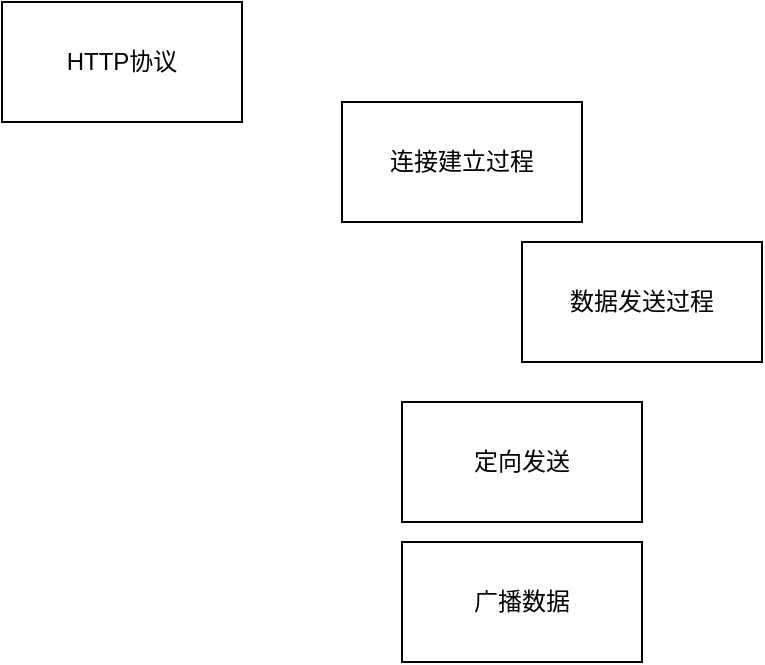
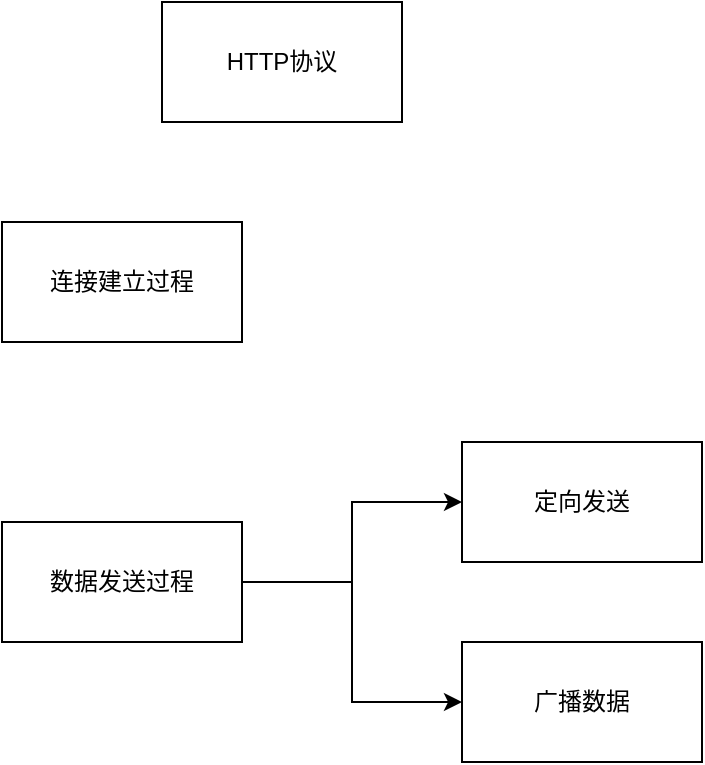
<mxfile host="app.diagrams.net">
  <diagram name="第 1 页" id="Z0nCY8WnPLLID1KhRkW9">
    <mxGraphModel dx="846" dy="558" grid="1" gridSize="10" guides="1" tooltips="1" connect="1" arrows="1" fold="1" page="1" pageScale="1" pageWidth="827" pageHeight="1169" math="0" shadow="0">
      <root>
        <mxCell id="0" />
        <mxCell id="1" parent="0" />
        <mxCell id="YDfg_1_I26u9zGGTVFdC-1" parent="1" style="rounded=0;whiteSpace=wrap;html=1;" value="HTTP协议" vertex="1">
          <mxGeometry height="60" width="120" x="200" y="130" as="geometry" />
        </mxCell>
        <mxCell id="YDfg_1_I26u9zGGTVFdC-2" parent="1" style="rounded=0;whiteSpace=wrap;html=1;" value="连接建立过程" vertex="1">
-           <mxGeometry height="60" width="120" x="370" y="180" as="geometry" />
+           <mxGeometry height="60" width="120" x="120" y="240" as="geometry" />
+         </mxCell>
+         <mxCell id="YDfg_1_I26u9zGGTVFdC-6" edge="1" parent="1" source="YDfg_1_I26u9zGGTVFdC-3" style="edgeStyle=orthogonalEdgeStyle;rounded=0;orthogonalLoop=1;jettySize=auto;html=1;exitX=1;exitY=0.5;exitDx=0;exitDy=0;" target="YDfg_1_I26u9zGGTVFdC-4">
+           <mxGeometry relative="1" as="geometry" />
+         </mxCell>
+         <mxCell id="YDfg_1_I26u9zGGTVFdC-7" edge="1" parent="1" source="YDfg_1_I26u9zGGTVFdC-3" style="edgeStyle=orthogonalEdgeStyle;rounded=0;orthogonalLoop=1;jettySize=auto;html=1;exitX=1;exitY=0.5;exitDx=0;exitDy=0;entryX=0;entryY=0.5;entryDx=0;entryDy=0;" target="YDfg_1_I26u9zGGTVFdC-5">
+           <mxGeometry relative="1" as="geometry" />
        </mxCell>
        <mxCell id="YDfg_1_I26u9zGGTVFdC-3" parent="1" style="rounded=0;whiteSpace=wrap;html=1;" value="数据发送过程" vertex="1">
-           <mxGeometry height="60" width="120" x="460" y="250" as="geometry" />
+           <mxGeometry height="60" width="120" x="120" y="390" as="geometry" />
        </mxCell>
        <mxCell id="YDfg_1_I26u9zGGTVFdC-4" parent="1" style="rounded=0;whiteSpace=wrap;html=1;" value="定向发送" vertex="1">
-           <mxGeometry height="60" width="120" x="400" y="330" as="geometry" />
+           <mxGeometry height="60" width="120" x="350" y="350" as="geometry" />
        </mxCell>
        <mxCell id="YDfg_1_I26u9zGGTVFdC-5" parent="1" style="rounded=0;whiteSpace=wrap;html=1;" value="广播数据" vertex="1">
-           <mxGeometry height="60" width="120" x="400" y="400" as="geometry" />
+           <mxGeometry height="60" width="120" x="350" y="450" as="geometry" />
        </mxCell>
      </root>
    </mxGraphModel>
  </diagram>
</mxfile>
